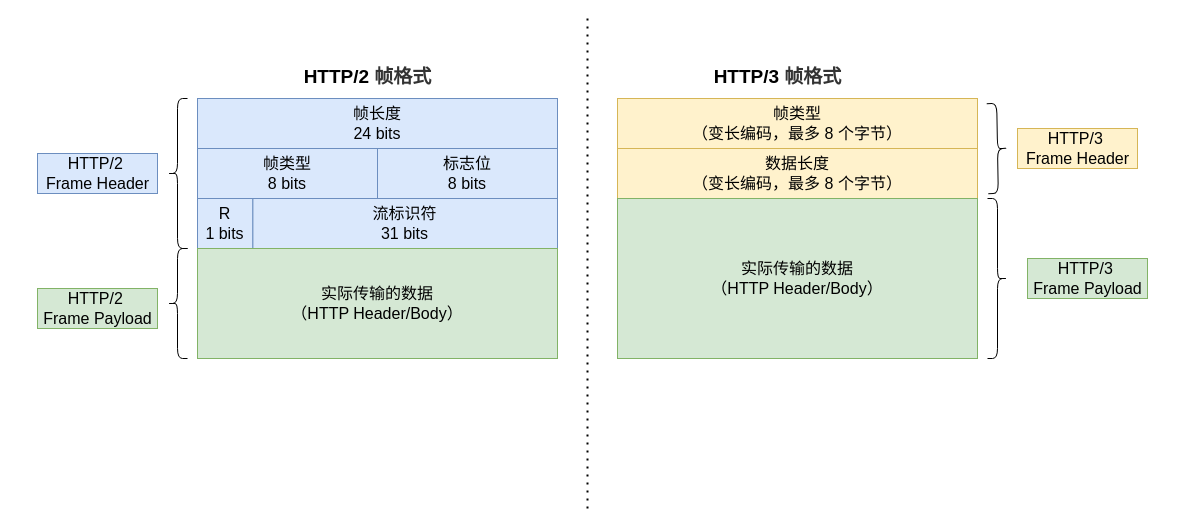
Above: 网络/http3/http3frame.drawio in xiaolincoder/ImageHost4 (draw.io), before the change. Source tidied: cells renumbered, new cells numbered last; positions are measured from the earlier drawing's top-left corner, leaving out a move shared by most shapes. Both pictures are drawn from the tidied source at 100%, with x=0, y=0 at pixel (37, 18).
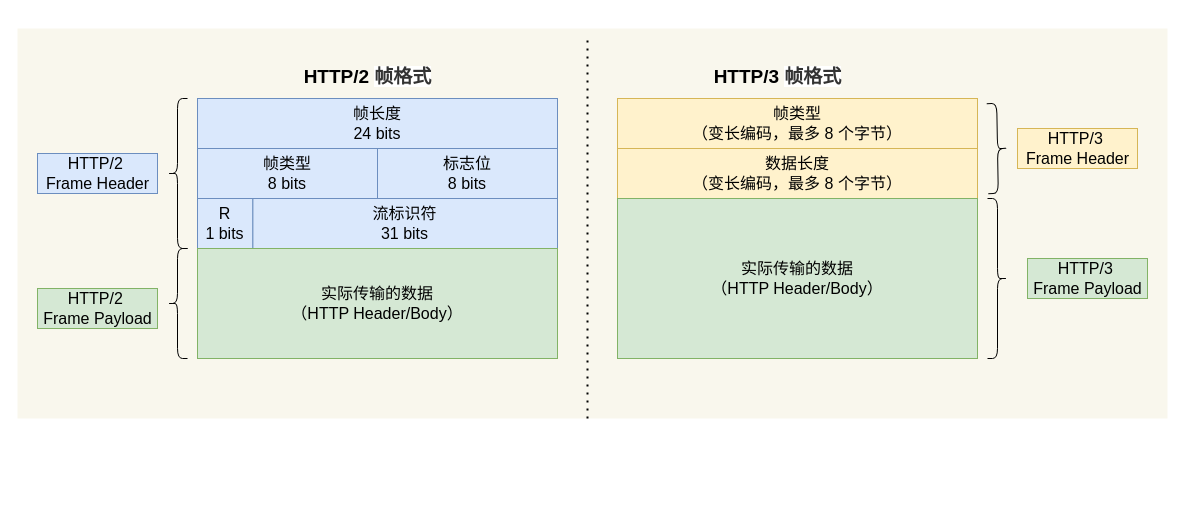
The same page after the edit.

What changed in the source:
```diff
@@
+    <mxCell id="22" style="rounded=0;whiteSpace=wrap;html=1;fontSize=16;fillColor=#f9f7ed;strokeColor=none;" parent="1" vertex="1">
+      <mxGeometry x="-20" y="10" width="1150" height="390" as="geometry" />
+    </mxCell>
@@
     <mxCell id="13" style="endArrow=none;dashed=1;html=1;dashPattern=1 3;strokeWidth=2;fontSize=19;" parent="1" edge="1">
       <mxGeometry relative="1" as="geometry">
-        <mxPoint x="550" y="490" as="sourcePoint" />
-        <mxPoint x="550" as="targetPoint" />
+        <mxPoint x="550" y="400" as="sourcePoint" />
+        <mxPoint x="550" y="20" as="targetPoint" />
       </mxGeometry>
     </mxCell>
```
